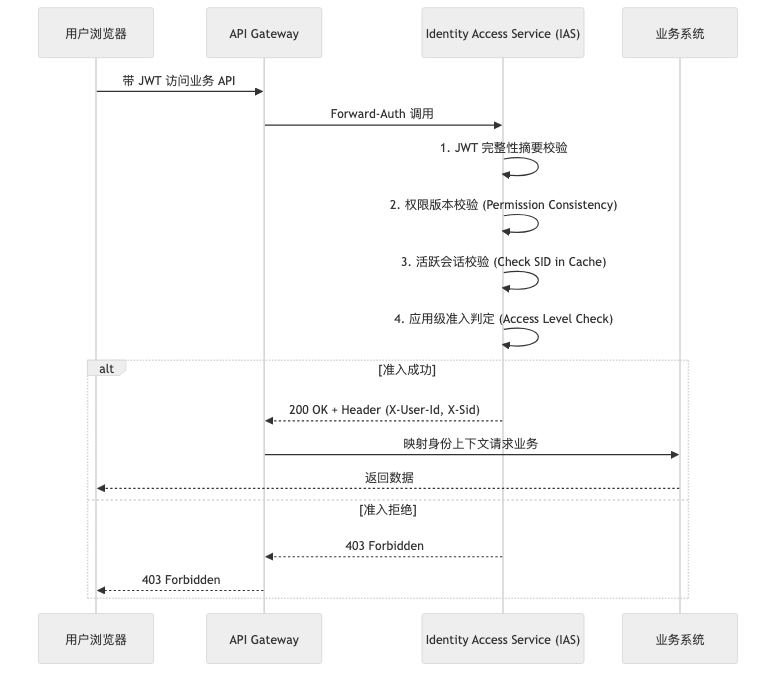
This is wechat-articles/images/iam-architecture/03-transparent-auth-flow.png from yinghuzhu/yinghuzhu.github.io, a Mermaid export, as it was before one commit. Its source is kept beside it as wechat-articles/images/iam-architecture/03-transparent-auth-flow.mmd.
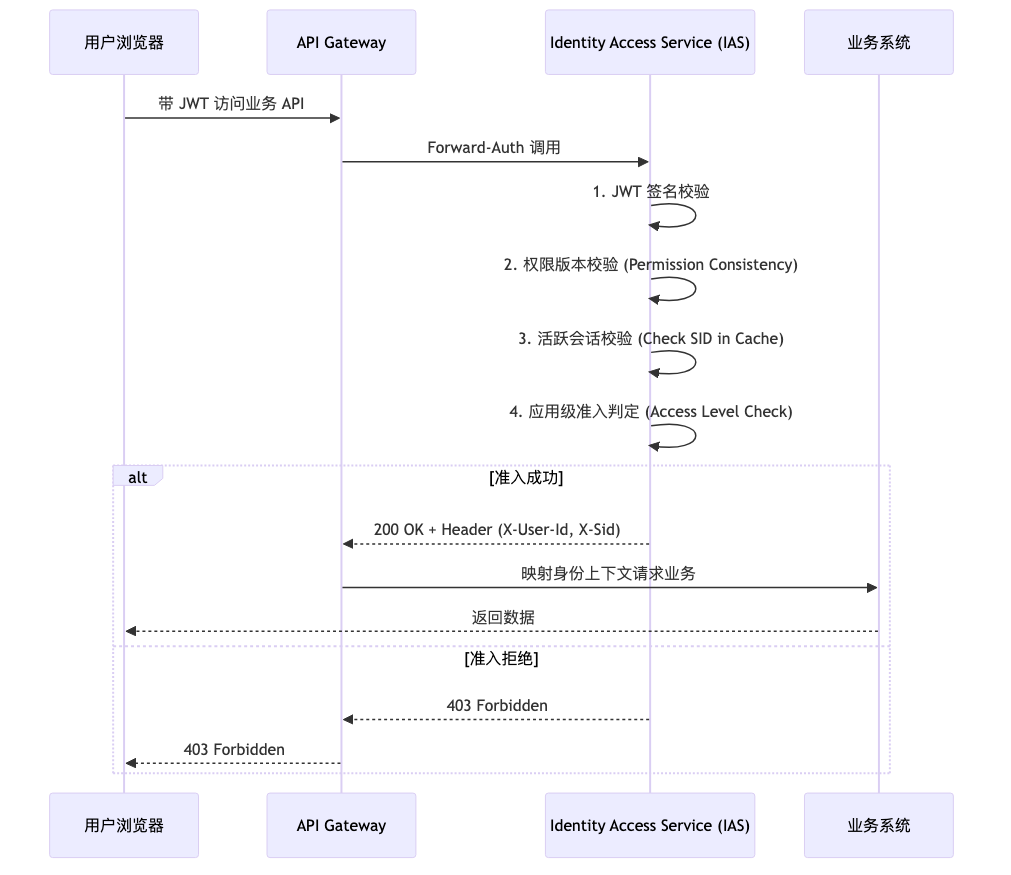
Later version of the same file.

What changed in the source:
```diff
@@ -6,7 +6,7 @@
 
     Browser->>GW: 带 JWT 访问业务 API
     GW->>IAS: Forward-Auth 调用
-    IAS->>IAS: 1. JWT 完整性摘要校验
+    IAS->>IAS: 1. JWT 签名校验
     IAS->>IAS: 2. 权限版本校验 (Permission Consistency)
     IAS->>IAS: 3. 活跃会话校验 (Check SID in Cache)
     IAS->>IAS: 4. 应用级准入判定 (Access Level Check)
```
